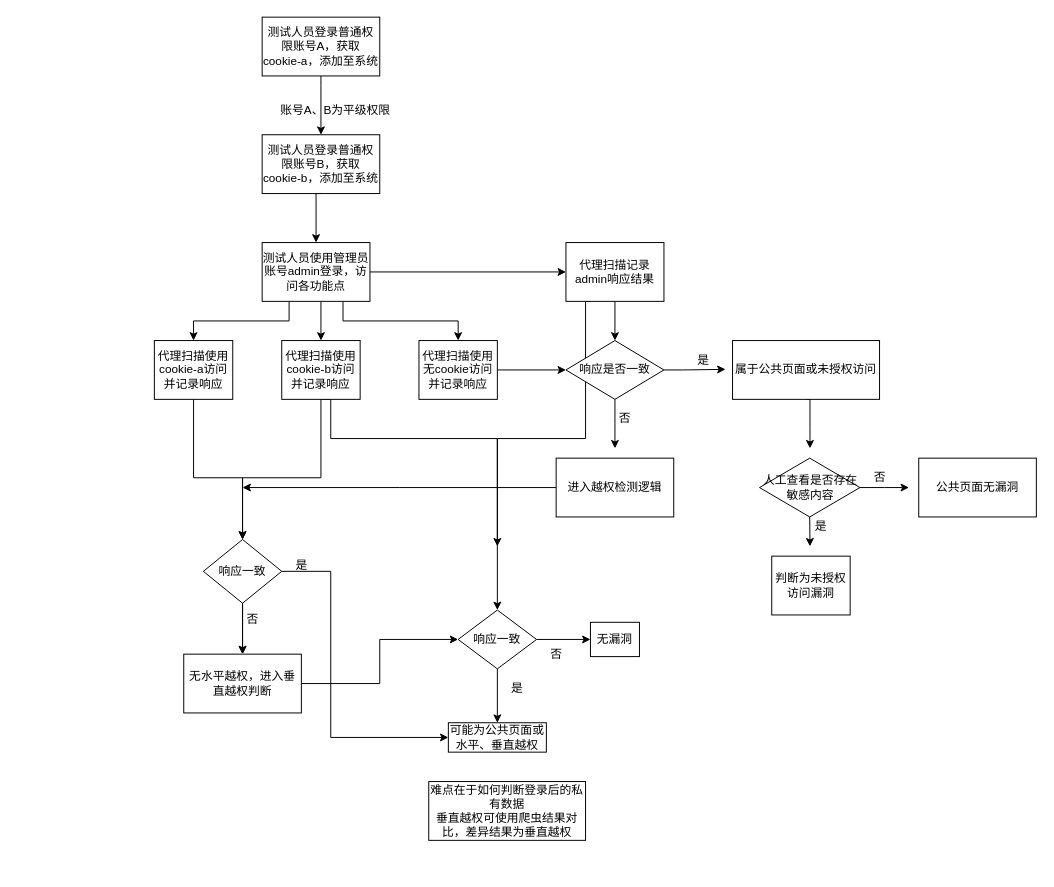
This is page "第 1 页" (1 of 2) of 越权、未授权访问流程图.drawio from grayes/draw.io, a draw.io file, before an edit. Source tidied: cells renumbered, new cells numbered last; positions are measured from the earlier drawing's top-left corner, leaving out a move shared by most shapes. Both pictures are drawn from the tidied source at 98%, with x=0, y=0 at pixel (154, 17).
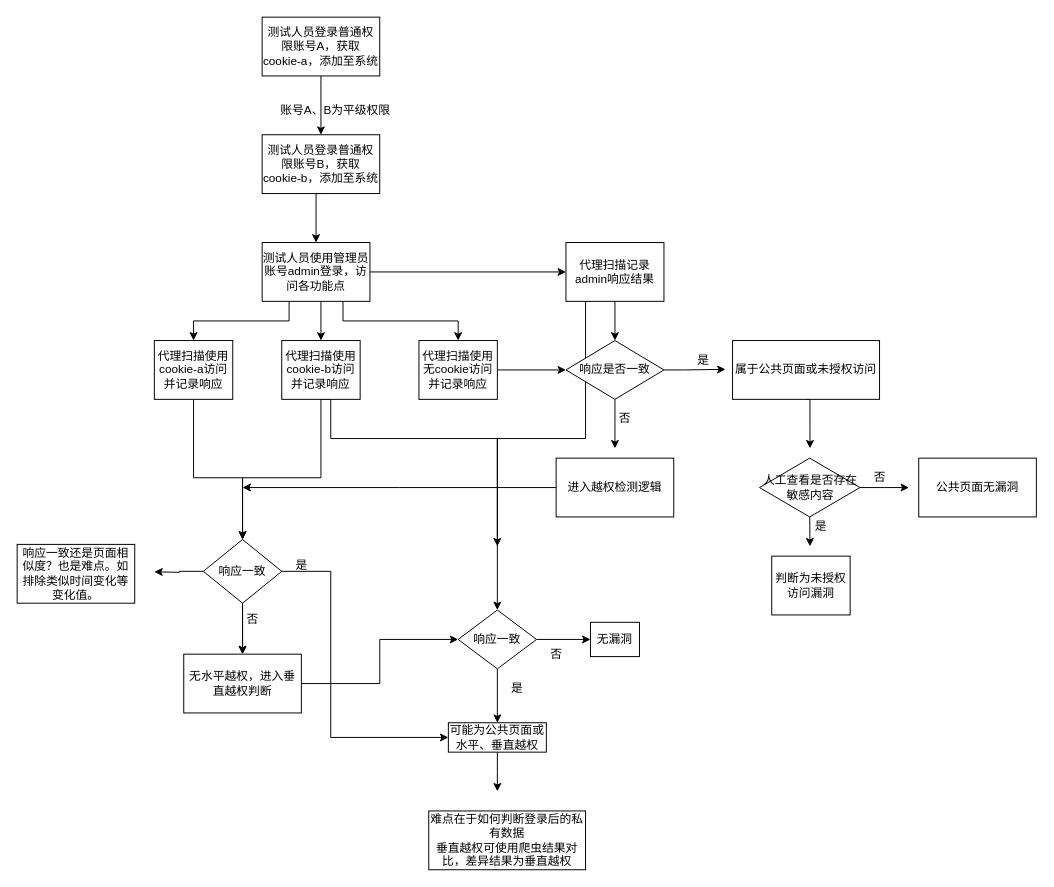
Above is the later version.

Commit message:
更新越权、未授权访问流程图.drawio

Unchanged cells that the change refers to:
```xml
<mxCell id="41" value="响应一致" style="rhombus;whiteSpace=wrap;html=1;" parent="1" vertex="1">
  <mxGeometry x="50" y="533" width="80" height="65" as="geometry" />
</mxCell>
<mxCell id="49" value="可能为公共页面或水平、垂直越权" style="rounded=0;whiteSpace=wrap;html=1;" parent="1" vertex="1">
  <mxGeometry x="300" y="720" width="100" height="30" as="geometry" />
</mxCell>
```

The edit, as a diff of the source:
```diff
@@
+    <mxCell id="54" style="edgeStyle=orthogonalEdgeStyle;rounded=0;jettySize=auto;html=1;exitX=0;exitY=0.5;exitDx=0;exitDy=0;" parent="1" edge="1" source="41">
+      <mxGeometry relative="1" as="geometry">
+        <mxPoint y="566" as="targetPoint" />
+      </mxGeometry>
+    </mxCell>
@@
+    <mxCell id="55" style="edgeStyle=orthogonalEdgeStyle;rounded=0;jettySize=auto;html=1;exitX=0.5;exitY=1;exitDx=0;exitDy=0;" parent="1" edge="1" source="49">
+      <mxGeometry relative="1" as="geometry">
+        <mxPoint x="350" y="790" as="targetPoint" />
+      </mxGeometry>
+    </mxCell>
@@
     <mxCell id="53" value="难点在于如何判断登录后的私有数据&lt;br&gt;垂直越权可使用爬虫结果对比，差异结果为垂直越权" style="rounded=0;whiteSpace=wrap;html=1;" parent="1" vertex="1">
-      <mxGeometry x="280" y="780" width="160" height="60" as="geometry" />
+      <mxGeometry x="280" y="810" width="160" height="60" as="geometry" />
     </mxCell>
+    <mxCell id="56" value="响应一致还是页面相似度？也是难点。如排除类似时间变化等变化值。" style="rounded=0;whiteSpace=wrap;html=1;" parent="1" vertex="1">
+      <mxGeometry x="-140" y="538" width="120" height="60" as="geometry" />
+    </mxCell>
```
